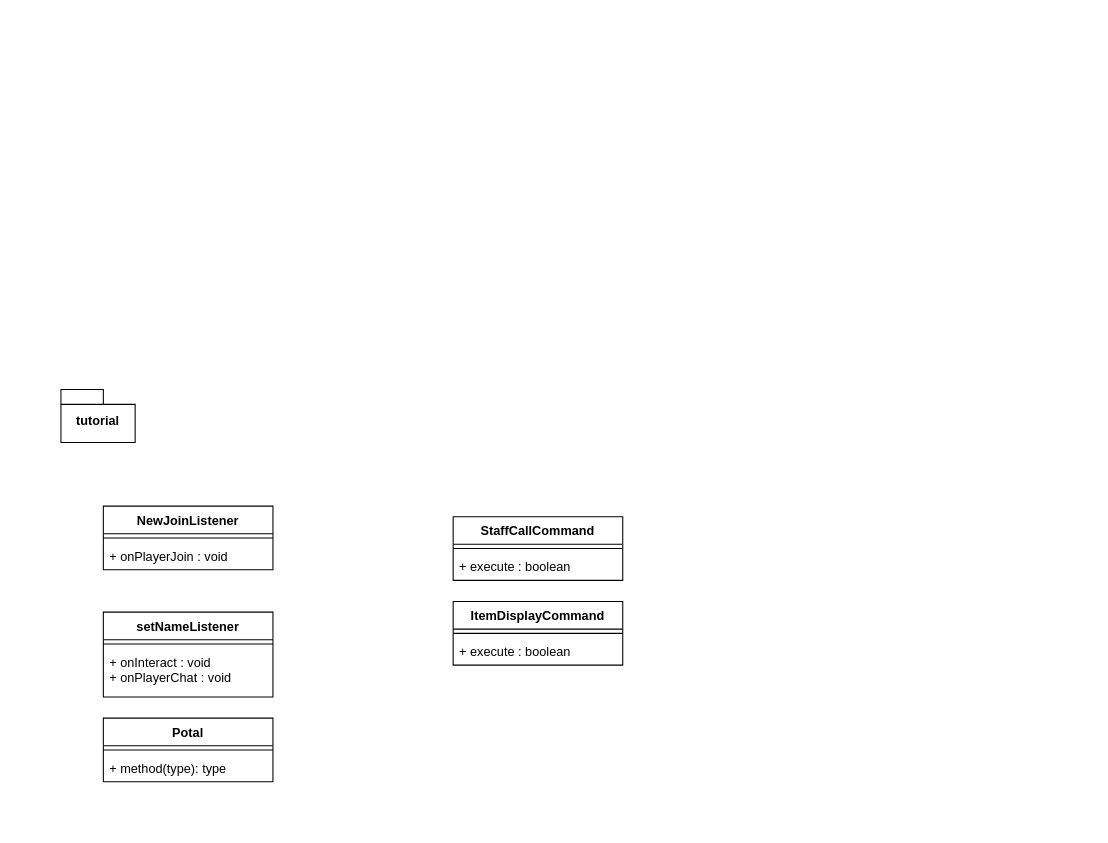
This is 제목 없는 다이어그램.drawio from kuroneko42/ArenaGame, a draw.io file, before an edit. Source tidied: cells renumbered, new cells numbered last; positions are measured from the earlier drawing's top-left corner, leaving out a move shared by most shapes. Both pictures are drawn from the tidied source at 106%, with x=0, y=0 at pixel (60, 389).
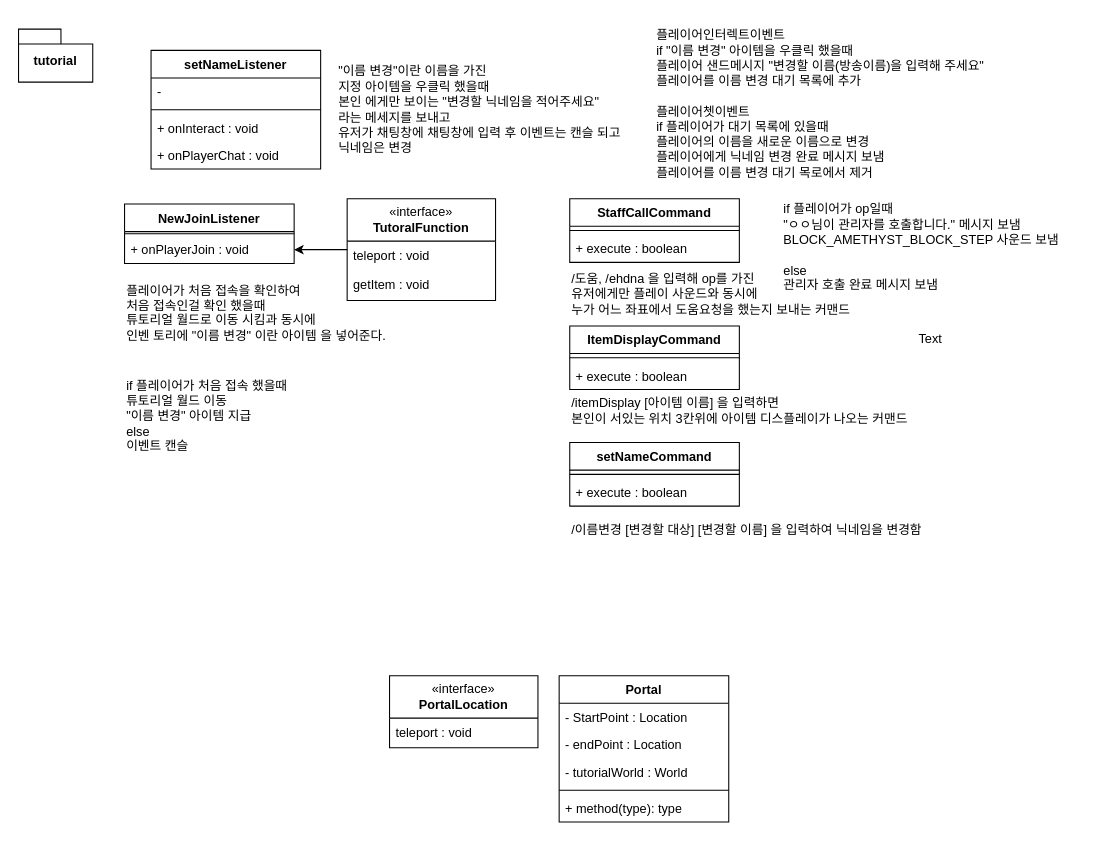
Above is the later version.

Commit message:
제목 없는 다이어그램.drawio 업데이트

Change to the diagram source:
```diff
@@
     <mxCell id="2" value="tutorial" style="shape=folder;fontStyle=1;spacingTop=10;tabWidth=40;tabHeight=14;tabPosition=left;html=1;whiteSpace=wrap;" parent="1" vertex="1">
-      <mxGeometry width="70" height="50" as="geometry" />
+      <mxGeometry x="-40" y="-340" width="70" height="50" as="geometry" />
     </mxCell>
     <mxCell id="3" value="StaffCallCommand" style="swimlane;fontStyle=1;align=center;verticalAlign=top;horizontal=1;startSize=26;whiteSpace=wrap;html=1;" parent="1" vertex="1">
-      <mxGeometry x="370" y="120" width="160" height="60" as="geometry" />
+      <mxGeometry x="480" y="-180" width="160" height="60" as="geometry" />
     </mxCell>
@@
     <mxCell id="6" value="ItemDisplayCommand" style="swimlane;fontStyle=1;align=center;verticalAlign=top;horizontal=1;startSize=26;whiteSpace=wrap;html=1;" parent="1" vertex="1">
-      <mxGeometry x="370" y="200" width="160" height="60" as="geometry" />
+      <mxGeometry x="480" y="-60" width="160" height="60" as="geometry" />
     </mxCell>
@@
     <mxCell id="9" value="NewJoinListener" style="swimlane;fontStyle=1;align=center;verticalAlign=top;horizontal=1;startSize=26;whiteSpace=wrap;html=1;" parent="1" vertex="1">
-      <mxGeometry x="40" y="110" width="160" height="60" as="geometry" />
+      <mxGeometry x="60" y="-175" width="160" height="56" as="geometry" />
     </mxCell>
     <mxCell id="10" style="line;strokeWidth=1;fillColor=none;align=left;verticalAlign=middle;spacingTop=-1;spacingLeft=3;spacingRight=3;labelPosition=right;strokeColor=inherit;" parent="9" vertex="1">
-      <mxGeometry y="26" width="160" height="8" as="geometry" />
+      <mxGeometry y="26" width="160" height="4" as="geometry" />
     </mxCell>
-    <mxCell id="11" value="+ onPlayerJoin : void" style="text;strokeColor=none;fillColor=none;align=left;verticalAlign=top;spacingLeft=4;spacingRight=4;overflow=hidden;points=[[0,0.5],[1,0.5]];portConstraint=eastwest;whiteSpace=wrap;html=1;" parent="9" vertex="1">
-      <mxGeometry y="34" width="160" height="26" as="geometry" />
+    <mxCell id="11" value="&lt;span style=&quot;text-wrap: nowrap;&quot;&gt;+ onPlayerJoin : void&lt;/span&gt;" style="text;strokeColor=none;fillColor=none;align=left;verticalAlign=top;spacingLeft=4;spacingRight=4;overflow=hidden;points=[[0,0.5],[1,0.5]];portConstraint=eastwest;whiteSpace=wrap;html=1;" parent="9" vertex="1">
+      <mxGeometry y="30" width="160" height="26" as="geometry" />
     </mxCell>
+    <mxCell id="18" value="«interface»&lt;br&gt;&lt;b&gt;PortalLocation&lt;/b&gt;" style="swimlane;fontStyle=0;horizontal=1;startSize=40;fillColor=none;whiteSpace=wrap;html=1;" parent="1" vertex="1">
+      <mxGeometry x="310" y="270" width="140" height="68" as="geometry" />
+    </mxCell>
+    <mxCell id="19" value="teleport : void" style="text;strokeColor=none;fillColor=none;align=left;verticalAlign=top;spacingLeft=4;spacingRight=4;overflow=hidden;whiteSpace=wrap;html=1;" parent="18" vertex="1">
+      <mxGeometry y="40" width="140" height="28" as="geometry" />
+    </mxCell>
+    <mxCell id="20" value="Portal" style="swimlane;fontStyle=1;align=center;verticalAlign=top;horizontal=1;startSize=26;whiteSpace=wrap;html=1;" parent="1" vertex="1">
+      <mxGeometry x="470" y="270" width="160" height="138" as="geometry" />
+    </mxCell>
+    <mxCell id="21" value="- StartPoint : Location" style="text;strokeColor=none;fillColor=none;align=left;verticalAlign=top;spacingLeft=4;spacingRight=4;overflow=hidden;whiteSpace=wrap;html=1;" parent="20" vertex="1">
+      <mxGeometry y="26" width="160" height="26" as="geometry" />
+    </mxCell>
+    <mxCell id="22" value="- endPoint : Location" style="text;strokeColor=none;fillColor=none;align=left;verticalAlign=top;spacingLeft=4;spacingRight=4;overflow=hidden;whiteSpace=wrap;html=1;" parent="20" vertex="1">
+      <mxGeometry y="52" width="160" height="26" as="geometry" />
+    </mxCell>
+    <mxCell id="23" value="- tutorialWorld : World" style="text;strokeColor=none;fillColor=none;align=left;verticalAlign=top;spacingLeft=4;spacingRight=4;overflow=hidden;whiteSpace=wrap;html=1;" parent="20" vertex="1">
+      <mxGeometry y="78" width="160" height="26" as="geometry" />
+    </mxCell>
+    <mxCell id="24" style="line;strokeWidth=1;fillColor=none;align=left;verticalAlign=middle;spacingTop=-1;spacingLeft=3;spacingRight=3;labelPosition=right;strokeColor=inherit;" parent="20" vertex="1">
+      <mxGeometry y="104" width="160" height="8" as="geometry" />
+    </mxCell>
+    <mxCell id="17" value="+ method(type): type" style="text;strokeColor=none;fillColor=none;align=left;verticalAlign=top;spacingLeft=4;spacingRight=4;overflow=hidden;whiteSpace=wrap;html=1;" parent="20" vertex="1">
+      <mxGeometry y="112" width="160" height="26" as="geometry" />
+    </mxCell>
+    <mxCell id="25" value="setNameCommand" style="swimlane;fontStyle=1;align=center;verticalAlign=top;horizontal=1;startSize=26;whiteSpace=wrap;html=1;" parent="1" vertex="1">
+      <mxGeometry x="480" y="50" width="160" height="60" as="geometry" />
+    </mxCell>
+    <mxCell id="26" style="line;strokeWidth=1;fillColor=none;align=left;verticalAlign=middle;spacingTop=-1;spacingLeft=3;spacingRight=3;labelPosition=right;strokeColor=inherit;" parent="25" vertex="1">
+      <mxGeometry y="26" width="160" height="8" as="geometry" />
+    </mxCell>
+    <mxCell id="27" value="+ execute : boolean" style="text;strokeColor=none;fillColor=none;align=left;verticalAlign=top;spacingLeft=4;spacingRight=4;overflow=hidden;whiteSpace=wrap;html=1;" parent="25" vertex="1">
+      <mxGeometry y="34" width="160" height="26" as="geometry" />
+    </mxCell>
+    <mxCell id="28" style="edgeStyle=orthogonalEdgeStyle;rounded=0;jettySize=auto;html=1;" parent="1" edge="1" source="29" target="11">
+      <mxGeometry relative="1" as="geometry" />
+    </mxCell>
+    <mxCell id="29" value="«interface»&lt;br&gt;&lt;b&gt;TutoralFunction&lt;/b&gt;" style="swimlane;fontStyle=0;horizontal=1;startSize=40;fillColor=none;whiteSpace=wrap;html=1;" parent="1" vertex="1">
+      <mxGeometry x="270" y="-180" width="140" height="96" as="geometry" />
+    </mxCell>
+    <mxCell id="30" value="teleport : void" style="text;strokeColor=none;fillColor=none;align=left;verticalAlign=top;spacingLeft=4;spacingRight=4;overflow=hidden;whiteSpace=wrap;html=1;" parent="29" vertex="1">
+      <mxGeometry y="40" width="140" height="28" as="geometry" />
+    </mxCell>
+    <mxCell id="31" value="getItem : void" style="text;strokeColor=none;fillColor=none;align=left;verticalAlign=top;spacingLeft=4;spacingRight=4;overflow=hidden;whiteSpace=wrap;html=1;" parent="29" vertex="1">
+      <mxGeometry y="68" width="140" height="28" as="geometry" />
+    </mxCell>
     <mxCell id="12" value="setNameListener" style="swimlane;fontStyle=1;align=center;verticalAlign=top;horizontal=1;startSize=26;whiteSpace=wrap;html=1;" parent="1" vertex="1">
-      <mxGeometry x="40" y="210" width="160" height="80" as="geometry" />
+      <mxGeometry x="85" y="-320" width="160" height="112" as="geometry" />
     </mxCell>
-    <mxCell id="13" style="line;strokeWidth=1;fillColor=none;align=left;verticalAlign=middle;spacingTop=-1;spacingLeft=3;spacingRight=3;labelPosition=right;strokeColor=inherit;" parent="12" vertex="1">
-      <mxGeometry y="26" width="160" height="8" as="geometry" />
-    </mxCell>
-    <mxCell id="14" value="+ onInteract : void&lt;div&gt;+ onPlayerChat : void&lt;/div&gt;" style="text;strokeColor=none;fillColor=none;align=left;verticalAlign=top;spacingLeft=4;spacingRight=4;overflow=hidden;whiteSpace=wrap;html=1;" parent="12" vertex="1">
-      <mxGeometry y="34" width="160" height="46" as="geometry" />
-    </mxCell>
-    <mxCell id="15" value="Potal" style="swimlane;fontStyle=1;align=center;verticalAlign=top;horizontal=1;startSize=26;whiteSpace=wrap;html=1;" parent="1" vertex="1">
-      <mxGeometry x="40" y="310" width="160" height="60" as="geometry" />
-    </mxCell>
-    <mxCell id="16" style="line;strokeWidth=1;fillColor=none;align=left;verticalAlign=middle;spacingTop=-1;spacingLeft=3;spacingRight=3;labelPosition=right;strokeColor=inherit;" parent="15" vertex="1">
-      <mxGeometry y="26" width="160" height="8" as="geometry" />
-    </mxCell>
-    <mxCell id="17" value="+ method(type): type" style="text;strokeColor=none;fillColor=none;align=left;verticalAlign=top;spacingLeft=4;spacingRight=4;overflow=hidden;whiteSpace=wrap;html=1;" parent="15" vertex="1">
-      <mxGeometry y="34" width="160" height="26" as="geometry" />
-    </mxCell>
+    <mxCell id="32" value="-" style="text;strokeColor=none;fillColor=none;align=left;verticalAlign=top;spacingLeft=4;spacingRight=4;overflow=hidden;whiteSpace=wrap;html=1;" parent="12" vertex="1">
+      <mxGeometry y="26" width="160" height="26" as="geometry" />
+    </mxCell>
+    <mxCell id="33" style="line;strokeWidth=1;fillColor=none;align=left;verticalAlign=middle;spacingTop=-1;spacingLeft=3;spacingRight=3;labelPosition=right;strokeColor=inherit;" parent="12" vertex="1">
+      <mxGeometry y="52" width="160" height="8" as="geometry" />
+    </mxCell>
+    <mxCell id="34" value="+ onInteract : void" style="text;strokeColor=none;fillColor=none;align=left;verticalAlign=top;spacingLeft=4;spacingRight=4;overflow=hidden;whiteSpace=wrap;html=1;" parent="12" vertex="1">
+      <mxGeometry y="60" width="160" height="26" as="geometry" />
+    </mxCell>
+    <mxCell id="35" value="+ onPlayerChat : void" style="text;strokeColor=none;fillColor=none;align=left;verticalAlign=top;spacingLeft=4;spacingRight=4;overflow=hidden;whiteSpace=wrap;html=1;" parent="12" vertex="1">
+      <mxGeometry y="86" width="160" height="26" as="geometry" />
+    </mxCell>
+    <mxCell id="36" value="플레이어가 처음 접속을 확인하여&lt;div&gt;처음 접속인걸 확인 했을때&lt;/div&gt;&lt;div&gt;튜토리얼 월드로 이동 시킴과 동시에&lt;/div&gt;&lt;div&gt;인벤 토리에 &quot;이름 변경&quot; 이란 아이템 을 넣어준다.&lt;/div&gt;&lt;div&gt;&lt;div&gt;&lt;div&gt;&lt;br&gt;&lt;/div&gt;&lt;/div&gt;&lt;/div&gt;" style="text;html=1;align=left;verticalAlign=middle;strokeColor=none;fillColor=none;" parent="1" vertex="1">
+      <mxGeometry x="60" y="-110" width="290" height="90" as="geometry" />
+    </mxCell>
+    <mxCell id="37" value="&quot;이름 변경&quot;이란 이름을 가진&amp;nbsp;&lt;div&gt;지정 아이템을 우클릭 했을때&lt;div&gt;본인 에게만 보이는 &quot;변경할 닉네임을 적어주세요&quot;&amp;nbsp;&lt;/div&gt;&lt;div&gt;라는 메세지를 보내고&lt;/div&gt;&lt;div&gt;유저가 채팅창에 채팅창에 입력 후 이벤트는 캔슬 되고&amp;nbsp;&lt;/div&gt;&lt;div&gt;닉네임은 변경&lt;/div&gt;&lt;/div&gt;" style="text;html=1;align=left;verticalAlign=middle;strokeColor=none;fillColor=none;" parent="1" vertex="1">
+      <mxGeometry x="260" y="-314" width="310" height="100" as="geometry" />
+    </mxCell>
+    <mxCell id="38" value="/도움, /ehdna 을 입력해 op를 가진&amp;nbsp;&lt;div&gt;유저에게만 플레이 사운드와 동시에&lt;/div&gt;&lt;div&gt;누가 어느 좌표에서 도움요청을 했는지 보내는 커맨드&lt;/div&gt;" style="text;html=1;align=left;verticalAlign=middle;strokeColor=none;fillColor=none;" parent="1" vertex="1">
+      <mxGeometry x="480" y="-120" width="310" height="60" as="geometry" />
+    </mxCell>
+    <mxCell id="39" value="/itemDisplay [아이템 이름] 을 입력하면&lt;div&gt;본인이 서있는 위치 3칸위에 아이템 디스플레이가 나오는 커맨드&lt;/div&gt;" style="text;html=1;align=left;verticalAlign=middle;strokeColor=none;fillColor=none;" parent="1" vertex="1">
+      <mxGeometry x="480" width="370" height="40" as="geometry" />
+    </mxCell>
+    <mxCell id="40" value="/이름변경 [변경할 대상] [변경할 이름] 을 입력하여 닉네임을 변경함" style="text;html=1;align=left;verticalAlign=middle;strokeColor=none;fillColor=none;" parent="1" vertex="1">
+      <mxGeometry x="480" y="118" width="380" height="30" as="geometry" />
+    </mxCell>
+    <mxCell id="41" value="if 플레이어가 처음 접속 했을때&lt;div&gt;튜토리얼 월드 이동&lt;/div&gt;&lt;div&gt;&quot;이름 변경&quot; 아이템 지급&lt;/div&gt;&lt;div&gt;else&lt;/div&gt;&lt;div&gt;이벤트 캔슬&lt;/div&gt;" style="text;html=1;align=left;verticalAlign=middle;strokeColor=none;fillColor=none;" parent="1" vertex="1">
+      <mxGeometry x="60" y="-20" width="190" height="90" as="geometry" />
+    </mxCell>
+    <mxCell id="42" value="&lt;div&gt;플레이어인터렉트이벤트&lt;/div&gt;if &quot;이름 변경&quot; 아이템을 우클릭 했을때&lt;div&gt;플레이어 샌드메시지 &quot;변경할 이름(방송이름)을 입력해 주세요&quot;&lt;/div&gt;&lt;div&gt;플레이어를 이름 변경 대기 목록에 추가&lt;/div&gt;&lt;div&gt;&lt;br&gt;&lt;/div&gt;&lt;div&gt;플레이어쳇이벤트&lt;/div&gt;&lt;div&gt;if 플레이어가 대기 목록에 있을때&lt;/div&gt;&lt;div&gt;플레이어의 이름을 새로운 이름으로 변경&lt;/div&gt;&lt;div&gt;플레이어에게 닉네임 변경 완료 메시지 보냄&lt;/div&gt;&lt;div&gt;플레이어를 이름 변경 대기 목로에서 제거&lt;/div&gt;&lt;div&gt;&lt;br&gt;&lt;/div&gt;&lt;div&gt;&lt;br&gt;&lt;/div&gt;" style="text;html=1;align=left;verticalAlign=middle;strokeColor=none;fillColor=none;" parent="1" vertex="1">
+      <mxGeometry x="560" y="-350" width="360" height="190" as="geometry" />
+    </mxCell>
+    <mxCell id="43" value="if 플레이어가 op일때&lt;div&gt;&quot;ㅇㅇ님이 관리자를 호출합니다.&quot; 메시지 보냄&lt;/div&gt;&lt;div&gt;BLOCK_AMETHYST_BLOCK_STEP 사운드 보냄&lt;/div&gt;&lt;div&gt;&lt;br&gt;&lt;/div&gt;&lt;div&gt;else&amp;nbsp;&lt;/div&gt;&lt;div&gt;관리자 호출 완료 메시지 보냄&lt;/div&gt;" style="text;html=1;align=left;verticalAlign=middle;strokeColor=none;fillColor=none;" parent="1" vertex="1">
+      <mxGeometry x="680" y="-184" width="290" height="100" as="geometry" />
+    </mxCell>
+    <mxCell id="44" value="Text" style="text;html=1;align=center;verticalAlign=middle;strokeColor=none;fillColor=none;" parent="1" vertex="1">
+      <mxGeometry x="795" y="-62" width="50" height="30" as="geometry" />
+    </mxCell>
```
